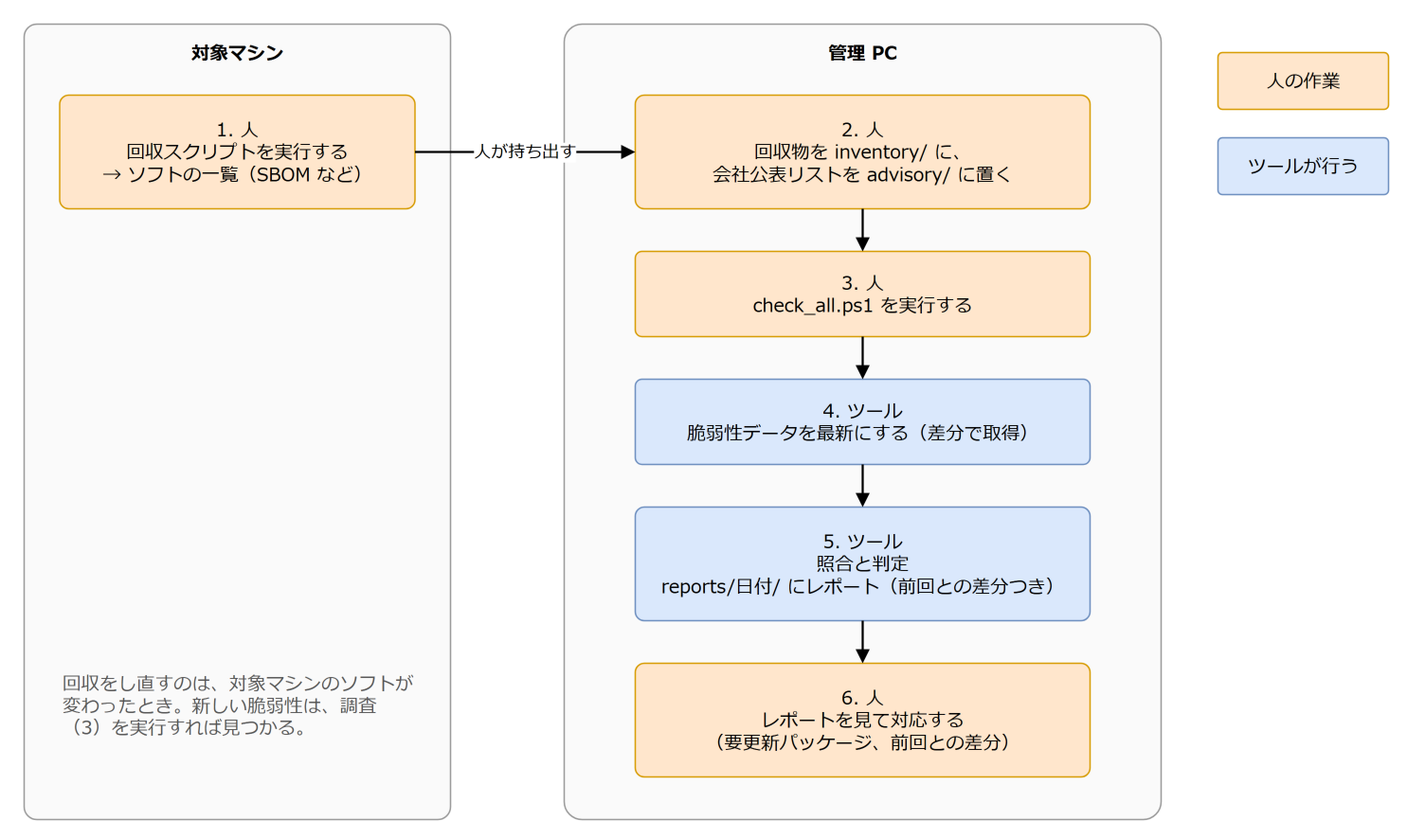
The draw.io diagram docs/images/workflow.drawio.png in hsgwa/cve_chk, before a commit. Source tidied: cells renumbered, new cells last; positions are measured from the earlier drawing's top-left corner, leaving out a move shared by most shapes.
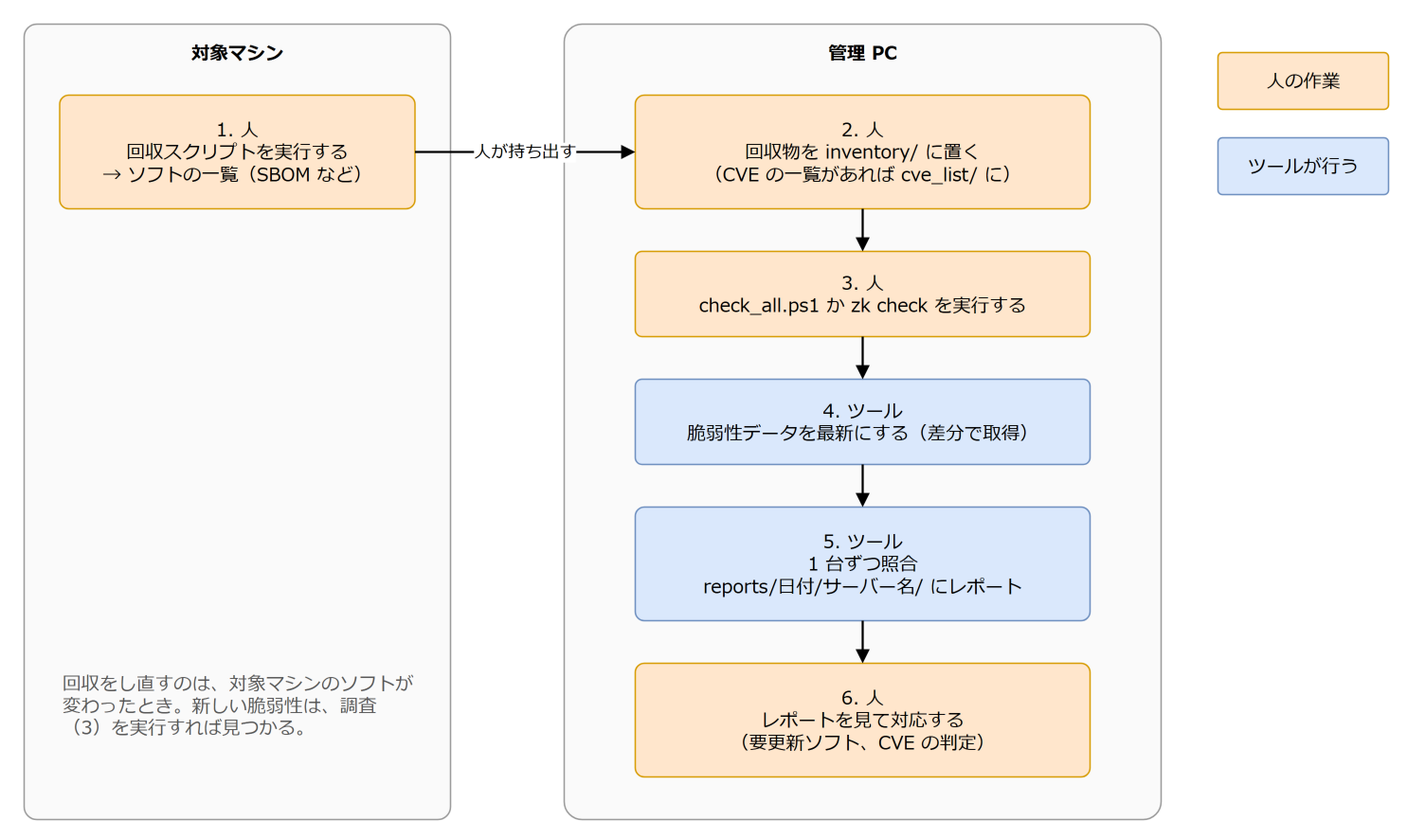
Later version of the same file.

What changed in the source:
```diff
@@ -11,19 +11,19 @@
     <mxCell id="4" value="1. 人&lt;br&gt;回収スクリプトを実行する&lt;br&gt;→ ソフトの一覧（SBOM など）" style="rounded=1;whiteSpace=wrap;html=1;arcSize=8;fontFamily=Meiryo;fontSize=13;fillColor=#FFE6CC;strokeColor=#D79B00;" parent="1" vertex="1">
       <mxGeometry x="25" y="50" width="250" height="80" as="geometry" />
     </mxCell>
-    <mxCell id="5" value="2. 人&lt;br&gt;回収物を inventory/ に、&lt;br&gt;会社公表リストを advisory/ に置く" style="rounded=1;whiteSpace=wrap;html=1;arcSize=8;fontFamily=Meiryo;fontSize=13;fillColor=#FFE6CC;strokeColor=#D79B00;" parent="1" vertex="1">
+    <mxCell id="5" value="2. 人&lt;br&gt;回収物を inventory/ に置く&lt;br&gt;（CVE の一覧があれば cve_list/ に）" style="rounded=1;whiteSpace=wrap;html=1;arcSize=8;fontFamily=Meiryo;fontSize=13;fillColor=#FFE6CC;strokeColor=#D79B00;" parent="1" vertex="1">
       <mxGeometry x="430" y="50" width="320" height="80" as="geometry" />
     </mxCell>
-    <mxCell id="6" value="3. 人&lt;br&gt;check_all.ps1 を実行する" style="rounded=1;whiteSpace=wrap;html=1;arcSize=8;fontFamily=Meiryo;fontSize=13;fillColor=#FFE6CC;strokeColor=#D79B00;" parent="1" vertex="1">
+    <mxCell id="6" value="3. 人&lt;br&gt;check_all.ps1 か zk check を実行する" style="rounded=1;whiteSpace=wrap;html=1;arcSize=8;fontFamily=Meiryo;fontSize=13;fillColor=#FFE6CC;strokeColor=#D79B00;" parent="1" vertex="1">
       <mxGeometry x="430" y="160" width="320" height="60" as="geometry" />
     </mxCell>
     <mxCell id="7" value="4. ツール&lt;br&gt;脆弱性データを最新にする（差分で取得）" style="rounded=1;whiteSpace=wrap;html=1;arcSize=8;fontFamily=Meiryo;fontSize=13;fillColor=#DAE8FC;strokeColor=#6C8EBF;" parent="1" vertex="1">
       <mxGeometry x="430" y="250" width="320" height="60" as="geometry" />
     </mxCell>
-    <mxCell id="8" value="5. ツール&lt;br&gt;照合と判定&lt;br&gt;reports/日付/ にレポート（前回との差分つき）" style="rounded=1;whiteSpace=wrap;html=1;arcSize=8;fontFamily=Meiryo;fontSize=13;fillColor=#DAE8FC;strokeColor=#6C8EBF;" parent="1" vertex="1">
+    <mxCell id="8" value="5. ツール&lt;br&gt;1 台ずつ照合&lt;br&gt;reports/日付/サーバー名/ にレポート" style="rounded=1;whiteSpace=wrap;html=1;arcSize=8;fontFamily=Meiryo;fontSize=13;fillColor=#DAE8FC;strokeColor=#6C8EBF;" parent="1" vertex="1">
       <mxGeometry x="430" y="340" width="320" height="80" as="geometry" />
     </mxCell>
-    <mxCell id="9" value="6. 人&lt;br&gt;レポートを見て対応する&lt;br&gt;（要更新パッケージ、前回との差分）" style="rounded=1;whiteSpace=wrap;html=1;arcSize=8;fontFamily=Meiryo;fontSize=13;fillColor=#FFE6CC;strokeColor=#D79B00;" parent="1" vertex="1">
+    <mxCell id="9" value="6. 人&lt;br&gt;レポートを見て対応する&lt;br&gt;（要更新ソフト、CVE の判定）" style="rounded=1;whiteSpace=wrap;html=1;arcSize=8;fontFamily=Meiryo;fontSize=13;fillColor=#FFE6CC;strokeColor=#D79B00;" parent="1" vertex="1">
       <mxGeometry x="430" y="450" width="320" height="80" as="geometry" />
     </mxCell>
     <mxCell id="10" value="人が持ち出す" style="edgeStyle=orthogonalEdgeStyle;rounded=1;html=1;endArrow=block;endFill=1;strokeWidth=1.5;fontFamily=Meiryo;fontSize=13;fontSize=12;labelBackgroundColor=#FFFFFF;" parent="1" edge="1" source="4" target="5">
```
